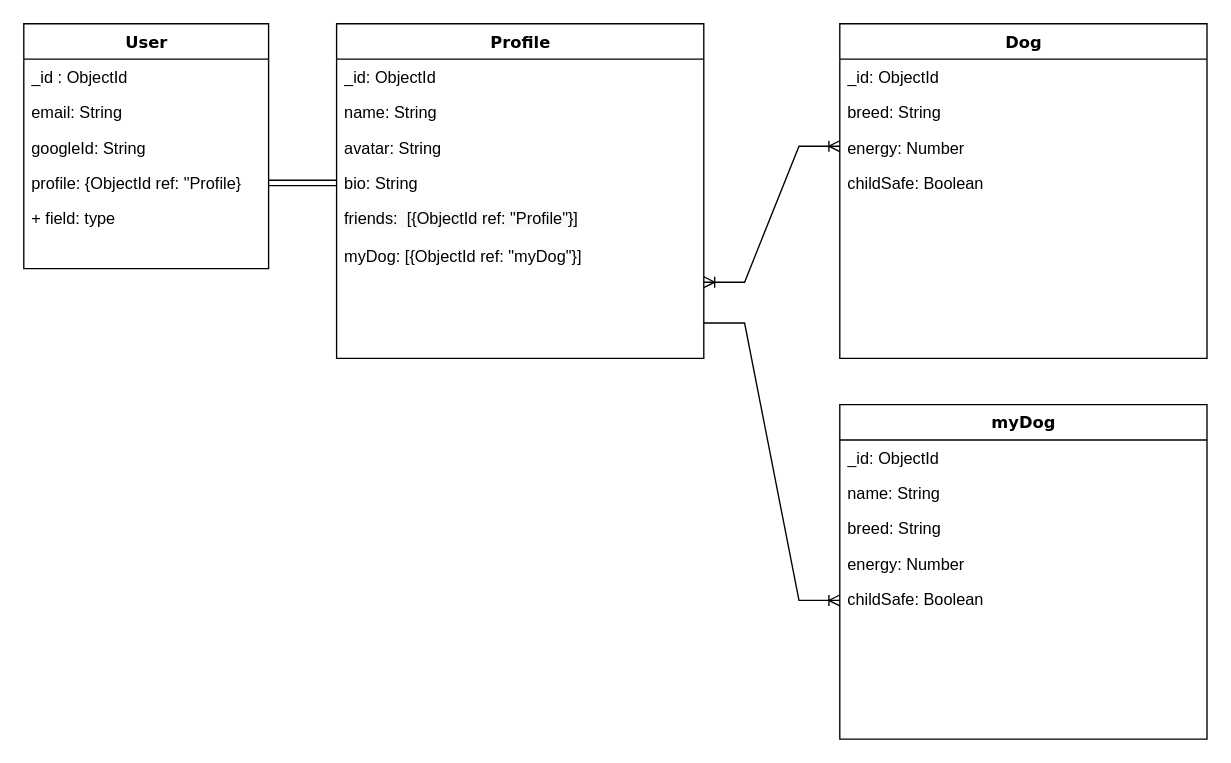
This is dog-E Diagram.drawio from williambennett321/Dog-E, a draw.io file, before an edit. Source tidied: cells renumbered, new cells numbered last; positions are measured from the earlier drawing's top-left corner, leaving out a move shared by most shapes. Both pictures are drawn from the tidied source at 136%, with x=0, y=0 at pixel (23, 23).
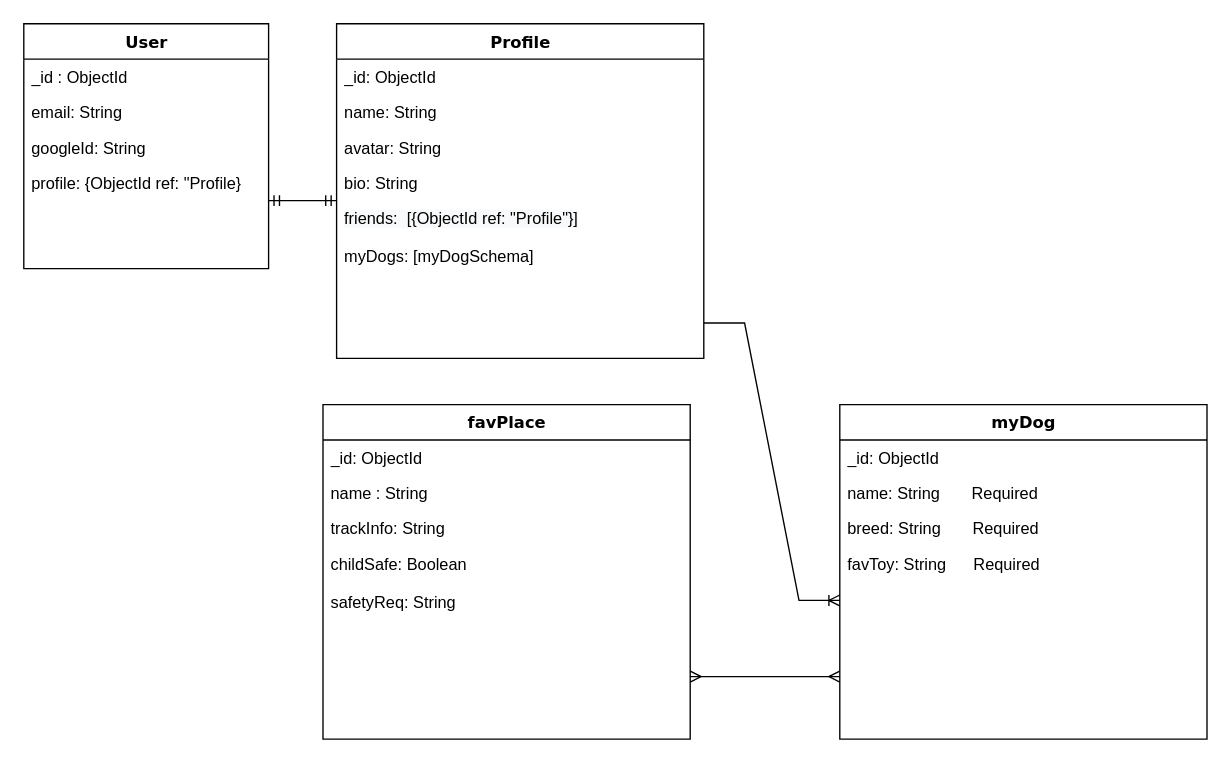
The same diagram, later.

The change refers to these unchanged cells:
```xml
<mxCell id="2" value="User" style="swimlane;html=1;fontStyle=1;align=center;verticalAlign=top;horizontal=1;startSize=26;swimlaneFillColor=#ffffff;rounded=0;shadow=0;comic=0;labelBackgroundColor=none;strokeWidth=1;fillColor=none;fontFamily=Verdana;fontSize=12;" parent="1" vertex="1">
  <mxGeometry width="180" height="180" as="geometry" />
</mxCell>
<mxCell id="6" value="profile: {ObjectId ref: &quot;Profile}" style="text;html=1;strokeColor=none;fillColor=none;align=left;verticalAlign=top;spacingLeft=4;spacingRight=4;whiteSpace=wrap;overflow=hidden;points=[[0,0.5],[1,0.5]];portConstraint=eastwest;" parent="2" vertex="1">
  <mxGeometry y="104" width="180" height="26" as="geometry" />
</mxCell>
<mxCell id="8" value="Profile" style="swimlane;html=1;fontStyle=1;align=center;verticalAlign=top;horizontal=1;startSize=26;swimlaneFillColor=#ffffff;rounded=0;shadow=0;comic=0;labelBackgroundColor=none;strokeWidth=1;fillColor=none;fontFamily=Verdana;fontSize=12;" parent="1" vertex="1">
  <mxGeometry x="230" width="270" height="246" as="geometry" />
</mxCell>
<mxCell id="12" value="bio: String" style="text;html=1;strokeColor=none;fillColor=none;align=left;verticalAlign=top;spacingLeft=4;spacingRight=4;whiteSpace=wrap;overflow=hidden;points=[[0,0.5],[1,0.5]];portConstraint=eastwest;" parent="8" vertex="1">
  <mxGeometry y="104" width="270" height="26" as="geometry" />
</mxCell>
<mxCell id="13" value="&lt;span style=&quot;color: rgb(0 , 0 , 0) ; font-family: &amp;#34;helvetica&amp;#34; ; font-size: 12px ; font-style: normal ; font-weight: 400 ; letter-spacing: normal ; text-align: left ; text-indent: 0px ; text-transform: none ; word-spacing: 0px ; background-color: rgb(248 , 249 , 250) ; display: inline ; float: none&quot;&gt;friends:&amp;nbsp; [{ObjectId ref: &quot;Profile&quot;}]&lt;/span&gt;&lt;br&gt;" style="text;html=1;strokeColor=none;fillColor=none;align=left;verticalAlign=top;spacingLeft=4;spacingRight=4;whiteSpace=wrap;overflow=hidden;points=[[0,0.5],[1,0.5]];portConstraint=eastwest;" parent="8" vertex="1">
  <mxGeometry y="130" width="270" height="28" as="geometry" />
</mxCell>
<mxCell id="22" value="myDog" style="swimlane;html=1;fontStyle=1;align=center;verticalAlign=top;horizontal=1;startSize=26;swimlaneFillColor=#ffffff;rounded=0;shadow=0;comic=0;labelBackgroundColor=none;strokeWidth=1;fillColor=none;fontFamily=Verdana;fontSize=12;" parent="1" vertex="1">
  <mxGeometry x="600" y="280" width="270" height="246" as="geometry" />
</mxCell>
```

Diff of the diagram source:
```diff
@@
-    <mxCell id="7" value="+ field: type" style="text;html=1;strokeColor=none;fillColor=none;align=left;verticalAlign=top;spacingLeft=4;spacingRight=4;whiteSpace=wrap;overflow=hidden;" parent="2" vertex="1">
-      <mxGeometry y="130" width="180" height="26" as="geometry" />
-    </mxCell>
@@
+    <mxCell id="29" style="edgeStyle=entityRelationEdgeStyle;fontSize=12;html=1;endArrow=ERmandOne;startArrow=ERmandOne;rounded=0;entryX=0;entryY=0;entryDx=0;entryDy=0;entryPerimeter=0;" parent="8" edge="1" target="13">
+      <mxGeometry relative="1" as="geometry">
+        <mxPoint x="-50" y="130" as="sourcePoint" />
+      </mxGeometry>
+    </mxCell>
@@
-    <mxCell id="14" value="&lt;font face=&quot;helvetica&quot;&gt;myDog: [{ObjectId ref: &quot;myDog&quot;}]&lt;/font&gt;" style="text;html=1;strokeColor=none;fillColor=none;align=left;verticalAlign=top;spacingLeft=4;spacingRight=4;whiteSpace=wrap;overflow=hidden;" parent="8" vertex="1">
+    <mxCell id="14" value="&lt;font face=&quot;helvetica&quot;&gt;myDogs: [myDogSchema]&lt;/font&gt;" style="text;html=1;strokeColor=none;fillColor=none;align=left;verticalAlign=top;spacingLeft=4;spacingRight=4;whiteSpace=wrap;overflow=hidden;" parent="8" vertex="1">
       <mxGeometry y="158" width="270" height="28" as="geometry" />
     </mxCell>
-    <mxCell id="15" style="edgeStyle=none;shape=link;rounded=0;jettySize=auto;html=1;exitX=1;exitY=0.5;exitDx=0;exitDy=0;entryX=0;entryY=0.5;entryDx=0;entryDy=0;" parent="1" edge="1" source="6" target="12">
-      <mxGeometry relative="1" as="geometry" />
-    </mxCell>
-    <mxCell id="16" value="Dog" style="swimlane;html=1;fontStyle=1;align=center;verticalAlign=top;horizontal=1;startSize=26;swimlaneFillColor=#ffffff;rounded=0;shadow=0;comic=0;labelBackgroundColor=none;strokeWidth=1;fillColor=none;fontFamily=Verdana;fontSize=12;" parent="1" vertex="1">
-      <mxGeometry x="600" width="270" height="246" as="geometry" />
+    <mxCell id="16" value="favPlace" style="swimlane;html=1;fontStyle=1;align=center;verticalAlign=top;horizontal=1;startSize=26;swimlaneFillColor=#ffffff;rounded=0;shadow=0;comic=0;labelBackgroundColor=none;strokeWidth=1;fillColor=none;fontFamily=Verdana;fontSize=12;" parent="1" vertex="1">
+      <mxGeometry x="220" y="280" width="270" height="246" as="geometry" />
     </mxCell>
@@
-    <mxCell id="18" value="breed: String" style="text;html=1;strokeColor=none;fillColor=none;align=left;verticalAlign=top;spacingLeft=4;spacingRight=4;whiteSpace=wrap;overflow=hidden;" parent="16" vertex="1">
+    <mxCell id="18" value="name : String" style="text;html=1;strokeColor=none;fillColor=none;align=left;verticalAlign=top;spacingLeft=4;spacingRight=4;whiteSpace=wrap;overflow=hidden;" parent="16" vertex="1">
       <mxGeometry y="52" width="270" height="26" as="geometry" />
     </mxCell>
-    <mxCell id="19" value="energy: Number" style="text;html=1;strokeColor=none;fillColor=none;align=left;verticalAlign=top;spacingLeft=4;spacingRight=4;whiteSpace=wrap;overflow=hidden;" parent="16" vertex="1">
+    <mxCell id="19" value="trackInfo: String" style="text;html=1;strokeColor=none;fillColor=none;align=left;verticalAlign=top;spacingLeft=4;spacingRight=4;whiteSpace=wrap;overflow=hidden;" parent="16" vertex="1">
       <mxGeometry y="78" width="270" height="26" as="geometry" />
     </mxCell>
@@
-    <mxCell id="21" style="edgeStyle=entityRelationEdgeStyle;fontSize=12;html=1;endArrow=ERoneToMany;startArrow=ERoneToMany;rounded=0;" parent="1" edge="1">
-      <mxGeometry relative="1" as="geometry">
-        <mxPoint x="500" y="190" as="sourcePoint" />
-        <mxPoint x="600" y="90" as="targetPoint" />
-      </mxGeometry>
-    </mxCell>
+    <mxCell id="30" value="&lt;font face=&quot;helvetica&quot;&gt;safetyReq: String&lt;/font&gt;" style="text;html=1;strokeColor=none;fillColor=none;align=left;verticalAlign=top;spacingLeft=4;spacingRight=4;whiteSpace=wrap;overflow=hidden;" parent="16" vertex="1">
+      <mxGeometry y="132" width="270" height="28" as="geometry" />
+    </mxCell>
@@
-    <mxCell id="24" value="name: String" style="text;html=1;strokeColor=none;fillColor=none;align=left;verticalAlign=top;spacingLeft=4;spacingRight=4;whiteSpace=wrap;overflow=hidden;" parent="22" vertex="1">
+    <mxCell id="24" value="name: String&amp;nbsp; &amp;nbsp; &amp;nbsp; &amp;nbsp;Required" style="text;html=1;strokeColor=none;fillColor=none;align=left;verticalAlign=top;spacingLeft=4;spacingRight=4;whiteSpace=wrap;overflow=hidden;" parent="22" vertex="1">
       <mxGeometry y="52" width="270" height="26" as="geometry" />
     </mxCell>
-    <mxCell id="25" value="breed: String" style="text;html=1;strokeColor=none;fillColor=none;align=left;verticalAlign=top;spacingLeft=4;spacingRight=4;whiteSpace=wrap;overflow=hidden;" parent="22" vertex="1">
+    <mxCell id="25" value="breed: String&amp;nbsp; &amp;nbsp; &amp;nbsp; &amp;nbsp;Required" style="text;html=1;strokeColor=none;fillColor=none;align=left;verticalAlign=top;spacingLeft=4;spacingRight=4;whiteSpace=wrap;overflow=hidden;" parent="22" vertex="1">
       <mxGeometry y="78" width="270" height="26" as="geometry" />
     </mxCell>
-    <mxCell id="26" value="energy: Number" style="text;html=1;strokeColor=none;fillColor=none;align=left;verticalAlign=top;spacingLeft=4;spacingRight=4;whiteSpace=wrap;overflow=hidden;" parent="22" vertex="1">
-      <mxGeometry y="104" width="270" height="26" as="geometry" />
-    </mxCell>
-    <mxCell id="27" value="&lt;font face=&quot;helvetica&quot;&gt;childSafe: Boolean&lt;/font&gt;" style="text;html=1;strokeColor=none;fillColor=none;align=left;verticalAlign=top;spacingLeft=4;spacingRight=4;whiteSpace=wrap;overflow=hidden;points=[[0,0.5],[1,0.5]];portConstraint=eastwest;" parent="22" vertex="1">
-      <mxGeometry y="130" width="270" height="28" as="geometry" />
-    </mxCell>
+    <mxCell id="31" value="favToy: String&amp;nbsp; &amp;nbsp; &amp;nbsp; Required" style="text;html=1;strokeColor=none;fillColor=none;align=left;verticalAlign=top;spacingLeft=4;spacingRight=4;whiteSpace=wrap;overflow=hidden;" parent="22" vertex="1">
+      <mxGeometry y="104" width="270" height="26" as="geometry" />
+    </mxCell>
-    <mxCell id="28" style="edgeStyle=entityRelationEdgeStyle;fontSize=12;html=1;endArrow=ERoneToMany;rounded=0;entryX=0;entryY=0.5;entryDx=0;entryDy=0;" parent="1" edge="1" target="27">
+    <mxCell id="28" style="edgeStyle=entityRelationEdgeStyle;fontSize=12;html=1;endArrow=ERoneToMany;rounded=0;entryX=0;entryY=0.5;entryDx=0;entryDy=0;" parent="1" edge="1">
       <mxGeometry relative="1" as="geometry">
         <mxPoint x="500" y="220" as="sourcePoint" />
+        <mxPoint x="600" y="424" as="targetPoint" />
       </mxGeometry>
     </mxCell>
+    <mxCell id="32" style="edgeStyle=entityRelationEdgeStyle;fontSize=12;html=1;endArrow=ERmany;startArrow=ERmany;rounded=0;" parent="1" edge="1">
+      <mxGeometry relative="1" as="geometry">
+        <mxPoint x="490" y="480" as="sourcePoint" />
+        <mxPoint x="600" y="480" as="targetPoint" />
+      </mxGeometry>
+    </mxCell>
```
